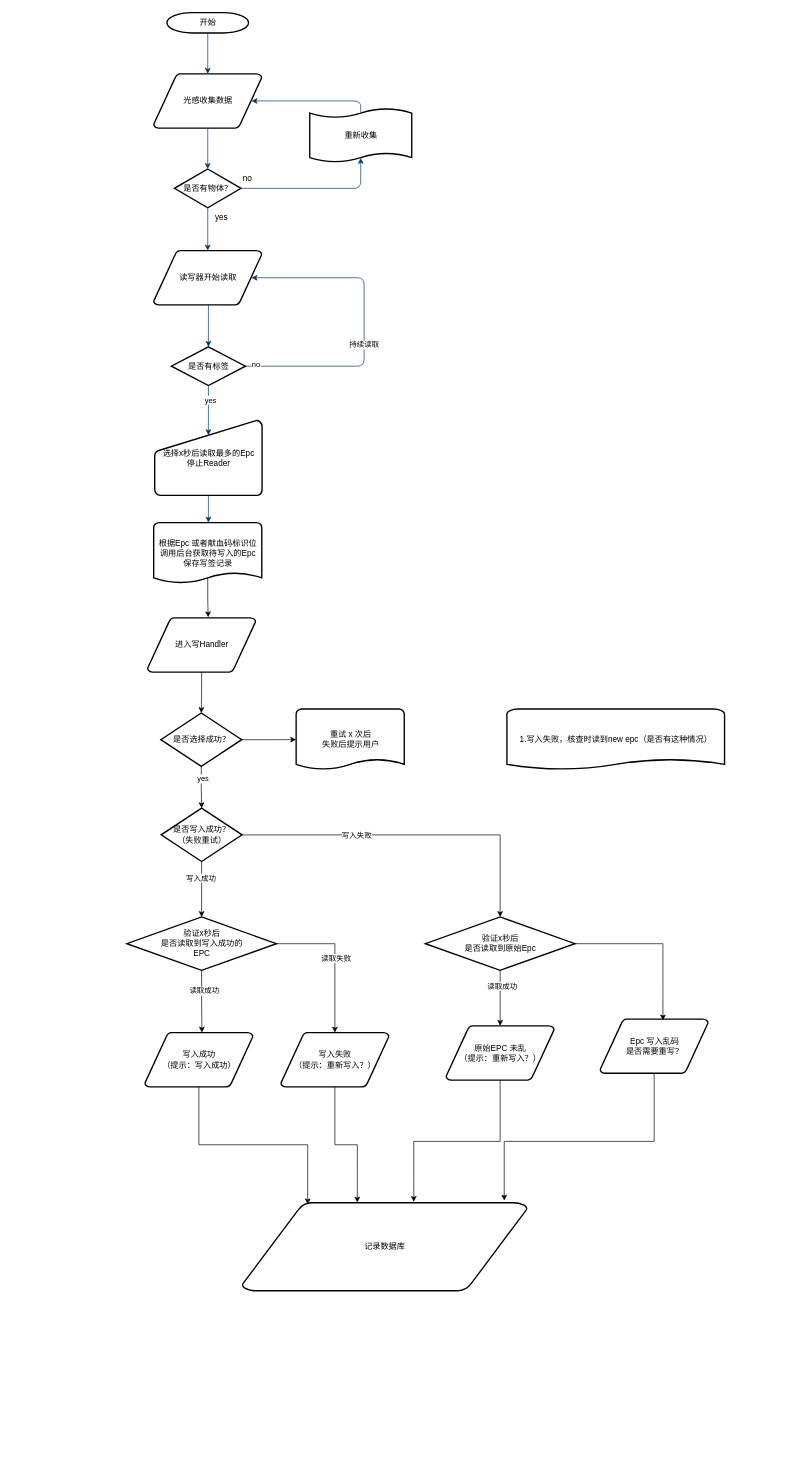
This is 桌面式射频记录仪（写码）.drawio from HaoQianCheng/Draw, a draw.io file, before an edit. Source tidied: cells renumbered, new cells numbered last; positions are measured from the earlier drawing's top-left corner, leaving out a move shared by most shapes. Both pictures are drawn from the tidied source at 68%, with x=0, y=0 at pixel (126, 12).
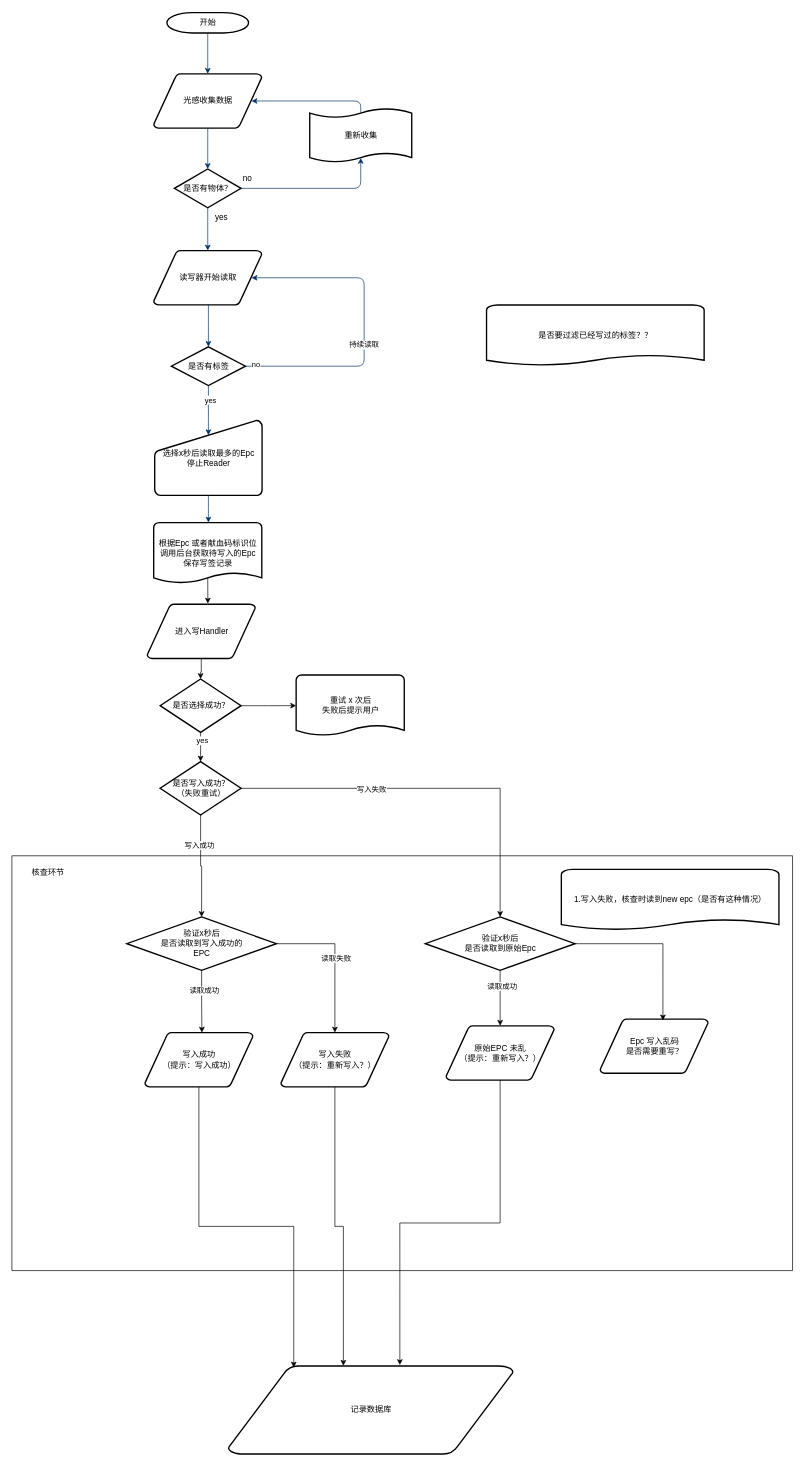
The same page after the edit.

Commit message:
更新桌面式射频记录仪（写码）.drawio

Unchanged cells that the change refers to:
```xml
<mxCell id="46" value="Epc 写入乱码&lt;br&gt;是否需要重写？" style="shape=mxgraph.flowchart.data;strokeWidth=2;gradientColor=none;gradientDirection=north;fontStyle=0;html=1;" parent="1" vertex="1">
  <mxGeometry x="696" y="1480" width="159" height="80" as="geometry" />
</mxCell>
```

Change to the diagram source:
```diff
@@
     <mxCell id="25" value="进入写Handler" style="shape=mxgraph.flowchart.data;strokeWidth=2;gradientColor=none;gradientDirection=north;fontStyle=0;html=1;" parent="1" vertex="1">
-      <mxGeometry x="30.5" y="890" width="159" height="80" as="geometry" />
+      <mxGeometry x="30" y="870" width="159" height="80" as="geometry" />
     </mxCell>
@@
     <mxCell id="27" value="是否选择成功？" style="shape=mxgraph.flowchart.decision;strokeWidth=2;gradientColor=none;gradientDirection=north;fontStyle=0;html=1;" parent="1" vertex="1">
-      <mxGeometry x="50" y="1030" width="119" height="78.5" as="geometry" />
+      <mxGeometry x="49" y="980" width="119" height="78.5" as="geometry" />
     </mxCell>
     <mxCell id="28" value="重试 x 次后&lt;div&gt;失败后提示用户&lt;/div&gt;" style="shape=mxgraph.flowchart.document;strokeWidth=2;gradientColor=none;gradientDirection=north;fontStyle=0;html=1;" parent="1" vertex="1">
-      <mxGeometry x="249" y="1024.2" width="159" height="90" as="geometry" />
+      <mxGeometry x="249" y="974.2" width="159" height="90" as="geometry" />
     </mxCell>
     <mxCell id="29" value="是否写入成功？&lt;br&gt;（失败重试）" style="shape=mxgraph.flowchart.decision;strokeWidth=2;gradientColor=none;gradientDirection=north;fontStyle=0;html=1;" parent="1" vertex="1">
-      <mxGeometry x="50.5" y="1170" width="119" height="78.5" as="geometry" />
+      <mxGeometry x="49" y="1101.5" width="119" height="78.5" as="geometry" />
     </mxCell>
@@
     <mxCell id="50" value="记录数据库" style="shape=mxgraph.flowchart.data;strokeWidth=2;gradientColor=none;gradientDirection=north;fontStyle=0;html=1;" parent="1" vertex="1">
-      <mxGeometry x="169.5" y="1750" width="419.5" height="130" as="geometry" />
+      <mxGeometry x="149" y="1990" width="419.5" height="130" as="geometry" />
     </mxCell>
@@
-    <mxCell id="54" style="edgeStyle=orthogonalEdgeStyle;rounded=0;jettySize=auto;html=1;entryX=0.919;entryY=-0.023;entryDx=0;entryDy=0;entryPerimeter=0;" parent="1" edge="1" source="46" target="50">
-      <mxGeometry relative="1" as="geometry">
-        <Array as="points">
-          <mxPoint x="776" y="1660" />
-          <mxPoint x="555" y="1660" />
-        </Array>
-      </mxGeometry>
-    </mxCell>
+    <mxCell id="56" style="swimlane;startSize=0;" parent="1" vertex="1">
+      <mxGeometry x="-169" y="1240" width="1148" height="610" as="geometry" />
+    </mxCell>
+    <mxCell id="57" value="核查环节" style="text;html=1;align=center;verticalAlign=middle;strokeColor=none;fillColor=none;" parent="56" vertex="1">
+      <mxGeometry x="18" y="10" width="70" height="30" as="geometry" />
+    </mxCell>
-    <mxCell id="55" value="1.写入失败，核查时读到new epc（是否有这种情况）" style="shape=mxgraph.flowchart.document;strokeWidth=2;gradientColor=none;gradientDirection=north;fontStyle=0;html=1;" parent="1" vertex="1">
-      <mxGeometry x="559" y="1024.2" width="320" height="90" as="geometry" />
+    <mxCell id="55" value="1.写入失败，核查时读到new epc（是否有这种情况）" style="shape=mxgraph.flowchart.document;strokeWidth=2;gradientColor=none;gradientDirection=north;fontStyle=0;html=1;" parent="56" vertex="1">
+      <mxGeometry x="808" y="20" width="320" height="90" as="geometry" />
     </mxCell>
+    <mxCell id="58" value="是否要过滤已经写过的标签？？" style="shape=mxgraph.flowchart.document;strokeWidth=2;gradientColor=none;gradientDirection=north;fontStyle=0;html=1;" parent="1" vertex="1">
+      <mxGeometry x="529" y="430" width="320" height="90" as="geometry" />
+    </mxCell>
```
